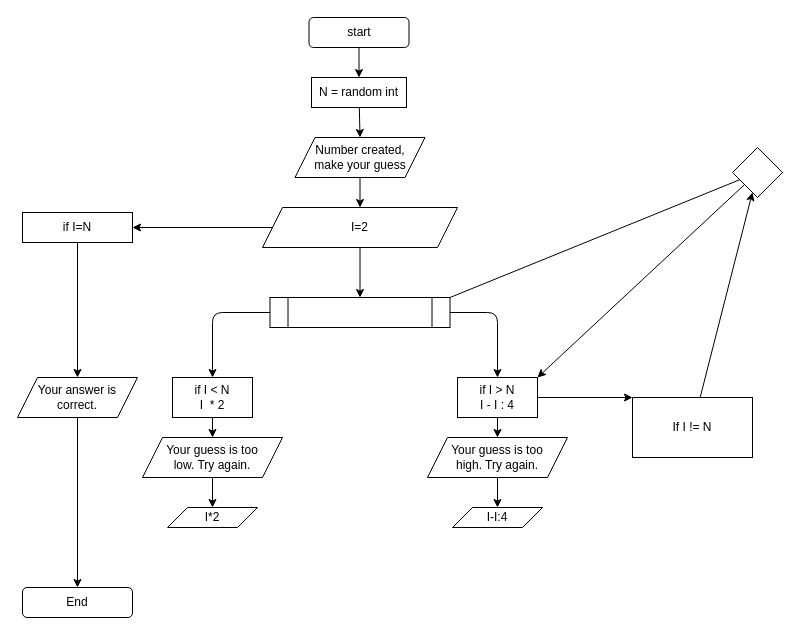
JohnHanibal/FSWD_Day9_Alg_Data keeps this draw.io diagram as Andreas/basic_ex2.drawio. Above is the earlier version. Source tidied: cells renumbered, new cells numbered last; positions are measured from the earlier drawing's top-left corner, leaving out a move shared by most shapes. Both pictures are drawn from the tidied source at 100%, with x=0, y=0 at pixel (17, 17).
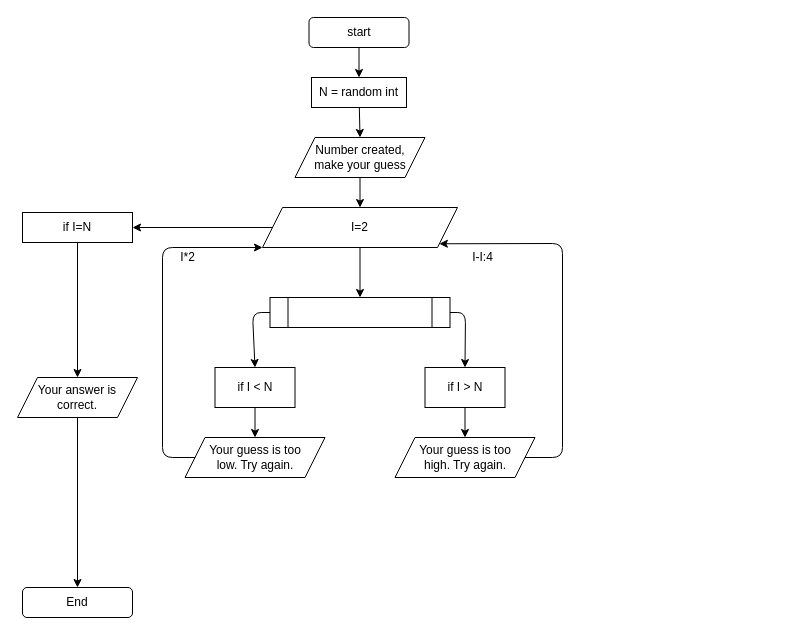
After the change.

The change refers to these unchanged cells:
```xml
<mxCell id="20" value="I=2" style="shape=parallelogram;perimeter=parallelogramPerimeter;whiteSpace=wrap;html=1;fixedSize=1;" parent="1" vertex="1">
  <mxGeometry x="245" y="190" width="195" height="40" as="geometry" />
</mxCell>
<mxCell id="33" style="shape=process;whiteSpace=wrap;html=1;backgroundOutline=1;" parent="1" vertex="1">
  <mxGeometry x="252.5" y="280" width="180" height="30" as="geometry" />
</mxCell>
```

Diff of the diagram source:
```diff
@@
-    <mxCell id="7" value="if I &amp;lt; N&lt;br&gt;I&amp;nbsp; * 2" style="rounded=0;whiteSpace=wrap;html=1;" parent="1" vertex="1">
-      <mxGeometry x="155" y="360" width="80" height="40" as="geometry" />
+    <mxCell id="7" value="if I &amp;lt; N&lt;br&gt;" style="rounded=0;whiteSpace=wrap;html=1;" parent="1" vertex="1">
+      <mxGeometry x="197.5" y="350" width="80" height="40" as="geometry" />
     </mxCell>
-    <mxCell id="8" style="edgeStyle=none;html=1;entryX=0;entryY=0;entryDx=0;entryDy=0;" parent="1" edge="1" source="10" target="12">
-      <mxGeometry relative="1" as="geometry" />
-    </mxCell>
@@
-    <mxCell id="10" value="if I &amp;gt; N&lt;br&gt;I - I : 4" style="rounded=0;whiteSpace=wrap;html=1;" parent="1" vertex="1">
-      <mxGeometry x="440" y="360" width="80" height="40" as="geometry" />
+    <mxCell id="10" value="if I &amp;gt; N&lt;br&gt;" style="rounded=0;whiteSpace=wrap;html=1;" parent="1" vertex="1">
+      <mxGeometry x="407.5" y="350" width="80" height="40" as="geometry" />
     </mxCell>
-    <mxCell id="11" style="edgeStyle=none;html=1;" parent="1" edge="1" source="12" target="14">
-      <mxGeometry relative="1" as="geometry" />
-    </mxCell>
-    <mxCell id="12" value="If I != N" style="rounded=0;whiteSpace=wrap;html=1;" parent="1" vertex="1">
-      <mxGeometry x="615" y="380" width="120" height="60" as="geometry" />
-    </mxCell>
-    <mxCell id="13" style="edgeStyle=none;html=1;entryX=1;entryY=0;entryDx=0;entryDy=0;" parent="1" edge="1" source="14" target="10">
-      <mxGeometry relative="1" as="geometry" />
-    </mxCell>
-    <mxCell id="14" style="rhombus;whiteSpace=wrap;html=1;" parent="1" vertex="1">
-      <mxGeometry x="715" y="130" width="50" height="50" as="geometry" />
-    </mxCell>
@@
     <mxCell id="18" style="edgeStyle=none;html=1;entryX=0.5;entryY=0;entryDx=0;entryDy=0;exitX=0;exitY=0.5;exitDx=0;exitDy=0;" parent="1" edge="1" source="33" target="7">
       <mxGeometry relative="1" as="geometry">
         <Array as="points">
-          <mxPoint x="195" y="295" />
+          <mxPoint x="235" y="295" />
         </Array>
       </mxGeometry>
     </mxCell>
@@
-    <mxCell id="26" style="edgeStyle=none;html=1;entryX=0.5;entryY=0;entryDx=0;entryDy=0;" parent="1" edge="1" source="27" target="28">
-      <mxGeometry relative="1" as="geometry" />
-    </mxCell>
+    <mxCell id="35" style="edgeStyle=none;html=1;entryX=0;entryY=1;entryDx=0;entryDy=0;" parent="1" edge="1" source="27" target="20">
+      <mxGeometry relative="1" as="geometry">
+        <Array as="points">
+          <mxPoint x="145" y="440" />
+          <mxPoint x="145" y="230" />
+        </Array>
+      </mxGeometry>
+    </mxCell>
     <mxCell id="27" value="Your guess is too &lt;br&gt;low. Try again." style="shape=parallelogram;perimeter=parallelogramPerimeter;whiteSpace=wrap;html=1;fixedSize=1;rounded=0;" parent="1" vertex="1">
-      <mxGeometry x="125" y="420" width="140" height="40" as="geometry" />
+      <mxGeometry x="167.5" y="420" width="140" height="40" as="geometry" />
     </mxCell>
-    <mxCell id="28" value="I*2" style="shape=parallelogram;perimeter=parallelogramPerimeter;whiteSpace=wrap;html=1;fixedSize=1;" parent="1" vertex="1">
-      <mxGeometry x="150" y="490" width="90" height="20" as="geometry" />
-    </mxCell>
-    <mxCell id="29" style="edgeStyle=none;html=1;" parent="1" edge="1" source="30" target="31">
-      <mxGeometry relative="1" as="geometry" />
-    </mxCell>
+    <mxCell id="36" style="edgeStyle=none;html=1;entryX=1;entryY=1;entryDx=0;entryDy=0;exitX=1;exitY=0.5;exitDx=0;exitDy=0;" parent="1" edge="1" source="30" target="20">
+      <mxGeometry relative="1" as="geometry">
+        <Array as="points">
+          <mxPoint x="545" y="440" />
+          <mxPoint x="545" y="226" />
+        </Array>
+      </mxGeometry>
+    </mxCell>
     <mxCell id="30" value="Your guess is too &lt;br&gt;high. Try again." style="shape=parallelogram;perimeter=parallelogramPerimeter;whiteSpace=wrap;html=1;fixedSize=1;rounded=0;" parent="1" vertex="1">
-      <mxGeometry x="410" y="420" width="140" height="40" as="geometry" />
+      <mxGeometry x="377.5" y="420" width="140" height="40" as="geometry" />
     </mxCell>
-    <mxCell id="31" value="I-I:4" style="shape=parallelogram;perimeter=parallelogramPerimeter;whiteSpace=wrap;html=1;fixedSize=1;" parent="1" vertex="1">
-      <mxGeometry x="435" y="490" width="90" height="20" as="geometry" />
-    </mxCell>
     <mxCell id="32" style="edgeStyle=none;html=1;entryX=0.5;entryY=0;entryDx=0;entryDy=0;exitX=1;exitY=0.5;exitDx=0;exitDy=0;" parent="1" edge="1" source="33" target="10">
       <mxGeometry relative="1" as="geometry">
         <Array as="points">
-          <mxPoint x="480" y="295" />
+          <mxPoint x="448" y="295" />
         </Array>
       </mxGeometry>
     </mxCell>
@@
-    <mxCell id="34" style="edgeStyle=none;html=1;entryX=1;entryY=0;entryDx=0;entryDy=0;endArrow=none;" parent="1" edge="1" source="14" target="33">
-      <mxGeometry relative="1" as="geometry" />
-    </mxCell>
+    <mxCell id="28" value="I*2" style="text;html=1;align=center;verticalAlign=middle;points=[];strokeColor=none;fillColor=none;" parent="1" vertex="1">
+      <mxGeometry x="155" y="230" width="30" height="20" as="geometry" />
+    </mxCell>
+    <mxCell id="31" value="&lt;span&gt;I-I:4&lt;/span&gt;" style="text;html=1;align=center;verticalAlign=middle;points=[];strokeColor=none;fillColor=none;" parent="1" vertex="1">
+      <mxGeometry x="445" y="230" width="40" height="20" as="geometry" />
+    </mxCell>
```
